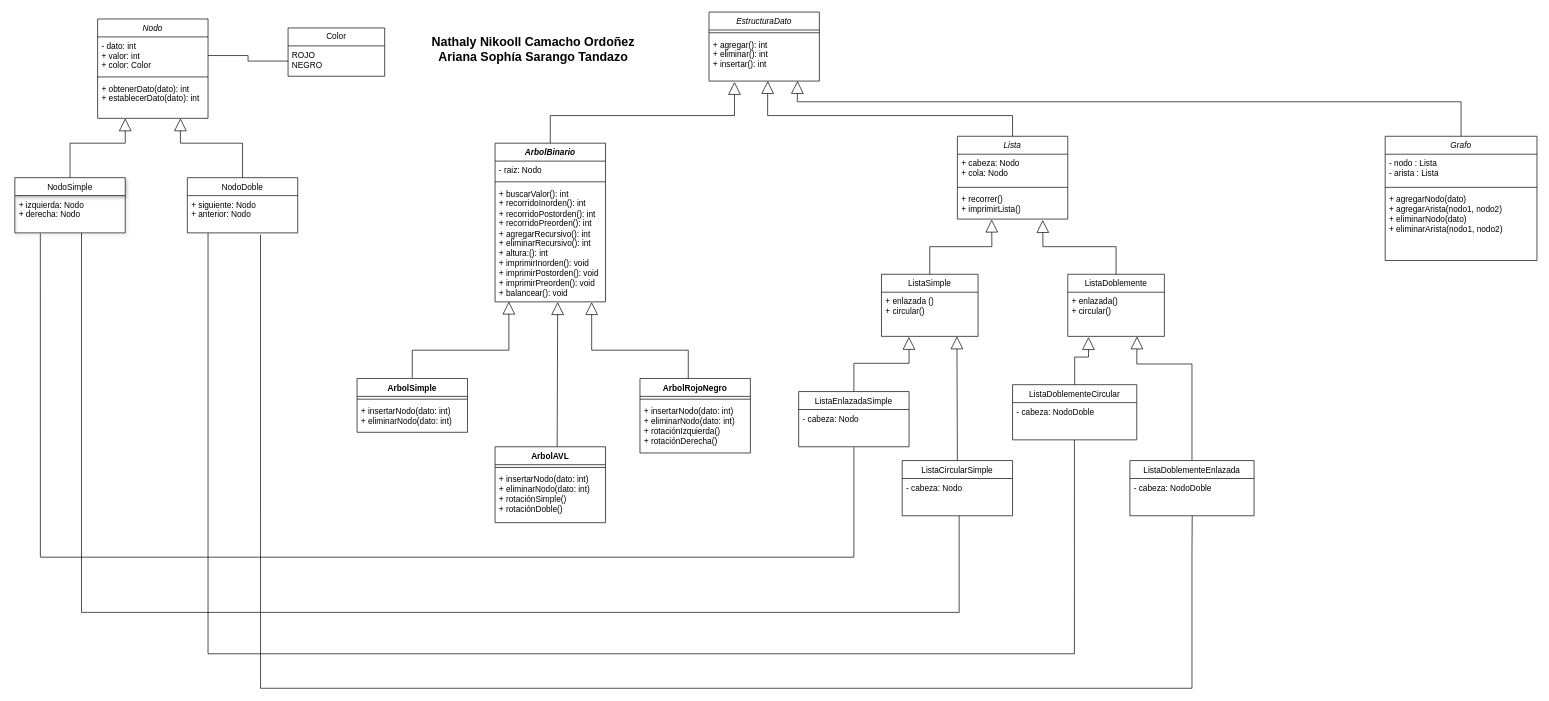
Earlier version of the draw.io diagram ArbolBinario.drawio (ArianaSarango/ArbolBinario). Source tidied: cells renumbered, new cells numbered last; positions are measured from the earlier drawing's top-left corner, leaving out a move shared by most shapes. Both pictures are drawn from the tidied source at 69%, with x=0, y=0 at pixel (14, 12).
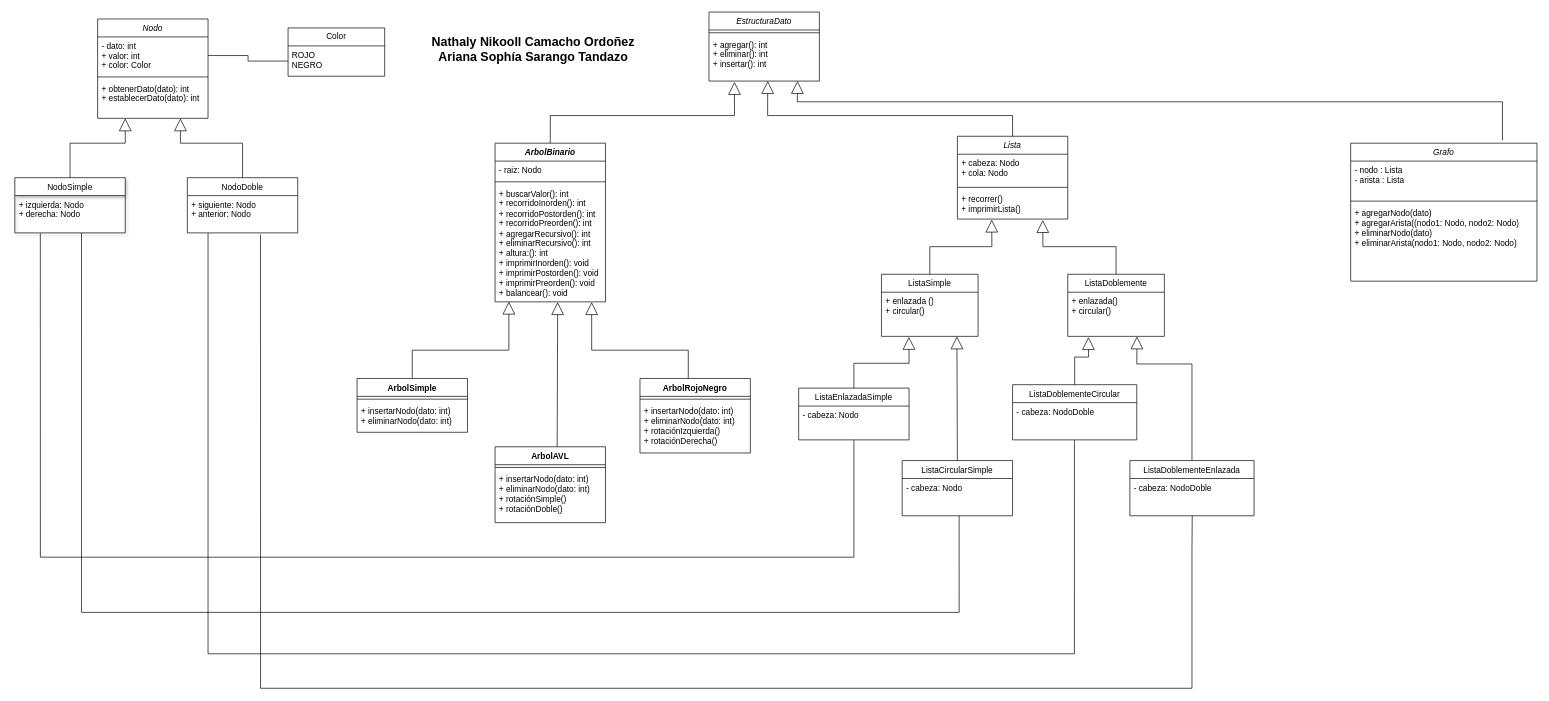
After the change.

Unchanged cells that the change refers to:
```xml
<mxCell id="4" value="+ agregar(): int&#10;+ eliminar(): int&#10;+ insertar(): int" style="text;align=left;verticalAlign=top;spacingLeft=4;spacingRight=4;overflow=hidden;points=[[0,0.5],[1,0.5]];portConstraint=eastwest;" parent="2" vertex="1">
  <mxGeometry y="34" width="160" height="66" as="geometry" />
</mxCell>
<mxCell id="6" value="+ izquierda: Nodo&#10;+ derecha: Nodo" style="text;align=left;verticalAlign=top;spacingLeft=4;spacingRight=4;overflow=hidden;points=[[0,0.5],[1,0.5]];portConstraint=eastwest;" parent="5" vertex="1">
  <mxGeometry y="26" width="160" height="54" as="geometry" />
</mxCell>
```

Change to the diagram source:
```diff
@@
     <mxCell id="9" value="ListaEnlazadaSimple" style="swimlane;fontStyle=0;align=center;verticalAlign=top;horizontal=1;startSize=26;rounded=0;shadow=0;strokeWidth=1;" parent="1" vertex="1">
-      <mxGeometry x="1136" y="550" width="160" height="80" as="geometry" />
+      <mxGeometry x="1136" y="545" width="160" height="75" as="geometry" />
     </mxCell>
     <mxCell id="10" value="- cabeza: Nodo" style="text;align=left;verticalAlign=top;spacingLeft=4;spacingRight=4;overflow=hidden;points=[[0,0.5],[1,0.5]];portConstraint=eastwest;" parent="9" vertex="1">
-      <mxGeometry y="26" width="160" height="54" as="geometry" />
+      <mxGeometry y="26" width="160" height="34" as="geometry" />
     </mxCell>
@@
-    <mxCell id="58" style="endArrow=none;html=1;edgeStyle=orthogonalEdgeStyle;rounded=0;exitX=0.231;exitY=1.013;exitDx=0;exitDy=0;exitPerimeter=0;entryX=0.5;entryY=1.013;entryDx=0;entryDy=0;entryPerimeter=0;" parent="1" edge="1" source="6" target="10">
+    <mxCell id="58" style="endArrow=none;html=1;edgeStyle=orthogonalEdgeStyle;rounded=0;exitX=0.231;exitY=1.013;exitDx=0;exitDy=0;exitPerimeter=0;" parent="1" edge="1" source="6">
       <mxGeometry relative="1" as="geometry">
+        <mxPoint x="1216" y="620" as="targetPoint" />
         <Array as="points">
           <mxPoint x="37" y="790" />
           <mxPoint x="1216" y="790" />
         </Array>
       </mxGeometry>
     </mxCell>
@@
+    <mxCell id="67" style="endArrow=block;endSize=16;endFill=0;html=1;rounded=0;entryX=0.802;entryY=0.998;entryDx=0;entryDy=0;entryPerimeter=0;" parent="1" edge="1" target="4">
+      <mxGeometry relative="1" as="geometry">
+        <mxPoint x="2156" y="186" as="sourcePoint" />
+        <Array as="points">
+          <mxPoint x="2156" y="130" />
+          <mxPoint x="1134" y="130" />
+        </Array>
+      </mxGeometry>
+    </mxCell>
     <mxCell id="63" value="&lt;span style=&quot;font-weight: normal;&quot;&gt;&lt;i&gt;Grafo&lt;/i&gt;&lt;/span&gt;" style="swimlane;fontStyle=1;align=center;verticalAlign=top;horizontal=1;startSize=26;whiteSpace=wrap;html=1;" parent="1" vertex="1">
-      <mxGeometry x="1986" y="180" width="220" height="180" as="geometry" />
+      <mxGeometry x="1936" y="190" width="270" height="200" as="geometry" />
     </mxCell>
     <mxCell id="64" value="- nodo : Lista&lt;div&gt;- arista : Lista&lt;/div&gt;" style="text;strokeColor=none;fillColor=none;align=left;verticalAlign=top;spacingLeft=4;spacingRight=4;overflow=hidden;whiteSpace=wrap;html=1;" parent="63" vertex="1">
-      <mxGeometry y="26" width="220" height="44" as="geometry" />
+      <mxGeometry y="26" width="270" height="54" as="geometry" />
     </mxCell>
-    <mxCell id="65" style="line;strokeWidth=1;fillColor=none;align=left;verticalAlign=middle;spacingTop=-1;spacingLeft=3;spacingRight=3;labelPosition=right;strokeColor=inherit;" parent="63" vertex="1">
-      <mxGeometry y="70" width="220" height="8" as="geometry" />
-    </mxCell>
-    <mxCell id="66" value="+ agregarNodo(dato)&lt;div&gt;+ agregarArista(nodo1, nodo2)&lt;/div&gt;&lt;div&gt;+ eliminarNodo(dato)&lt;/div&gt;&lt;div&gt;+ eliminarArista(nodo1, nodo2)&lt;/div&gt;" style="text;strokeColor=none;fillColor=none;align=left;verticalAlign=top;spacingLeft=4;spacingRight=4;overflow=hidden;whiteSpace=wrap;html=1;" parent="63" vertex="1">
-      <mxGeometry y="78" width="220" height="102" as="geometry" />
-    </mxCell>
-    <mxCell id="67" style="endArrow=block;endSize=16;endFill=0;html=1;rounded=0;exitX=0.5;exitY=0;exitDx=0;exitDy=0;entryX=0.802;entryY=0.998;entryDx=0;entryDy=0;entryPerimeter=0;" parent="1" edge="1" source="63" target="4">
-      <mxGeometry relative="1" as="geometry">
-        <Array as="points">
-          <mxPoint x="2096" y="130" />
-          <mxPoint x="1134" y="130" />
-        </Array>
-      </mxGeometry>
-    </mxCell>
+    <mxCell id="68" style="line;strokeWidth=1;fillColor=none;align=left;verticalAlign=middle;spacingTop=-1;spacingLeft=3;spacingRight=3;labelPosition=right;strokeColor=inherit;" parent="63" vertex="1">
+      <mxGeometry y="80" width="270" height="8" as="geometry" />
+    </mxCell>
+    <mxCell id="69" value="+ agregarNodo(dato)&lt;div&gt;+ agregarArista((nodo1: Nodo, nodo2: Nodo)&lt;/div&gt;&lt;div&gt;+ eliminarNodo(dato)&lt;/div&gt;&lt;div&gt;+ eliminarArista(nodo1: Nodo, nodo2: Nodo)&lt;/div&gt;" style="text;strokeColor=none;fillColor=none;align=left;verticalAlign=top;spacingLeft=4;spacingRight=4;overflow=hidden;whiteSpace=wrap;html=1;" parent="63" vertex="1">
+      <mxGeometry y="88" width="270" height="112" as="geometry" />
+    </mxCell>
```
